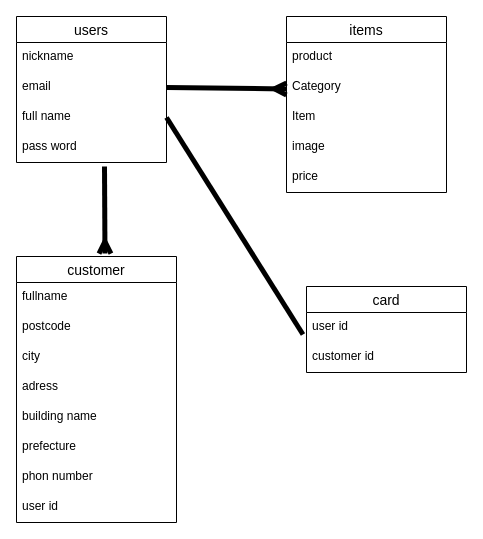
This is config/readme.dio from tya-suke/furima-38764, a draw.io file, before an edit. Source tidied: cells renumbered, new cells numbered last; positions are measured from the earlier drawing's top-left corner, leaving out a move shared by most shapes. Both pictures are drawn from the tidied source at 100%, with x=0, y=0 at pixel (16, 16).
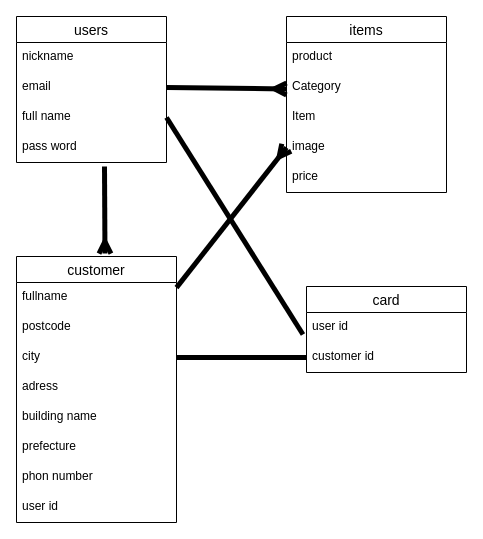
The same diagram, later.

Commit message (it also covers changes not shown here):
テーブル設計

Unchanged cells that the change refers to:
```xml
<mxCell id="11" value="image" style="text;strokeColor=none;fillColor=none;spacingLeft=4;spacingRight=4;overflow=hidden;points=[[0,0.5],[1,0.5]];portConstraint=eastwest;fontSize=12;" parent="7" vertex="1">
  <mxGeometry y="116" width="160" height="30" as="geometry" />
</mxCell>
<mxCell id="14" value="customer" style="swimlane;fontStyle=0;horizontal=1;startSize=26;align=center;fontSize=14;" parent="1" vertex="1">
  <mxGeometry y="240" width="160" height="266" as="geometry" />
</mxCell>
<mxCell id="17" value="city" style="text;strokeColor=none;fillColor=none;spacingLeft=4;spacingRight=4;overflow=hidden;points=[[0,0.5],[1,0.5]];portConstraint=eastwest;fontSize=12;" parent="14" vertex="1">
  <mxGeometry y="86" width="160" height="30" as="geometry" />
</mxCell>
<mxCell id="25" value="customer id" style="text;strokeColor=none;fillColor=none;spacingLeft=4;spacingRight=4;overflow=hidden;points=[[0,0.5],[1,0.5]];portConstraint=eastwest;fontSize=12;" parent="23" vertex="1">
  <mxGeometry y="56" width="160" height="30" as="geometry" />
</mxCell>
```

What changed in the source:
```diff
@@
+    <mxCell id="28" style="edgeStyle=none;html=1;entryX=0;entryY=0.5;entryDx=0;entryDy=0;strokeWidth=5;endArrow=ERmany;endFill=0;" parent="1" edge="1" source="14" target="11">
+      <mxGeometry relative="1" as="geometry" />
+    </mxCell>
@@
+    <mxCell id="29" style="edgeStyle=none;html=1;exitX=1;exitY=0.5;exitDx=0;exitDy=0;entryX=0;entryY=0.5;entryDx=0;entryDy=0;endArrow=none;endFill=0;strokeWidth=5;" parent="1" edge="1" source="17" target="25">
+      <mxGeometry relative="1" as="geometry" />
+    </mxCell>
```
